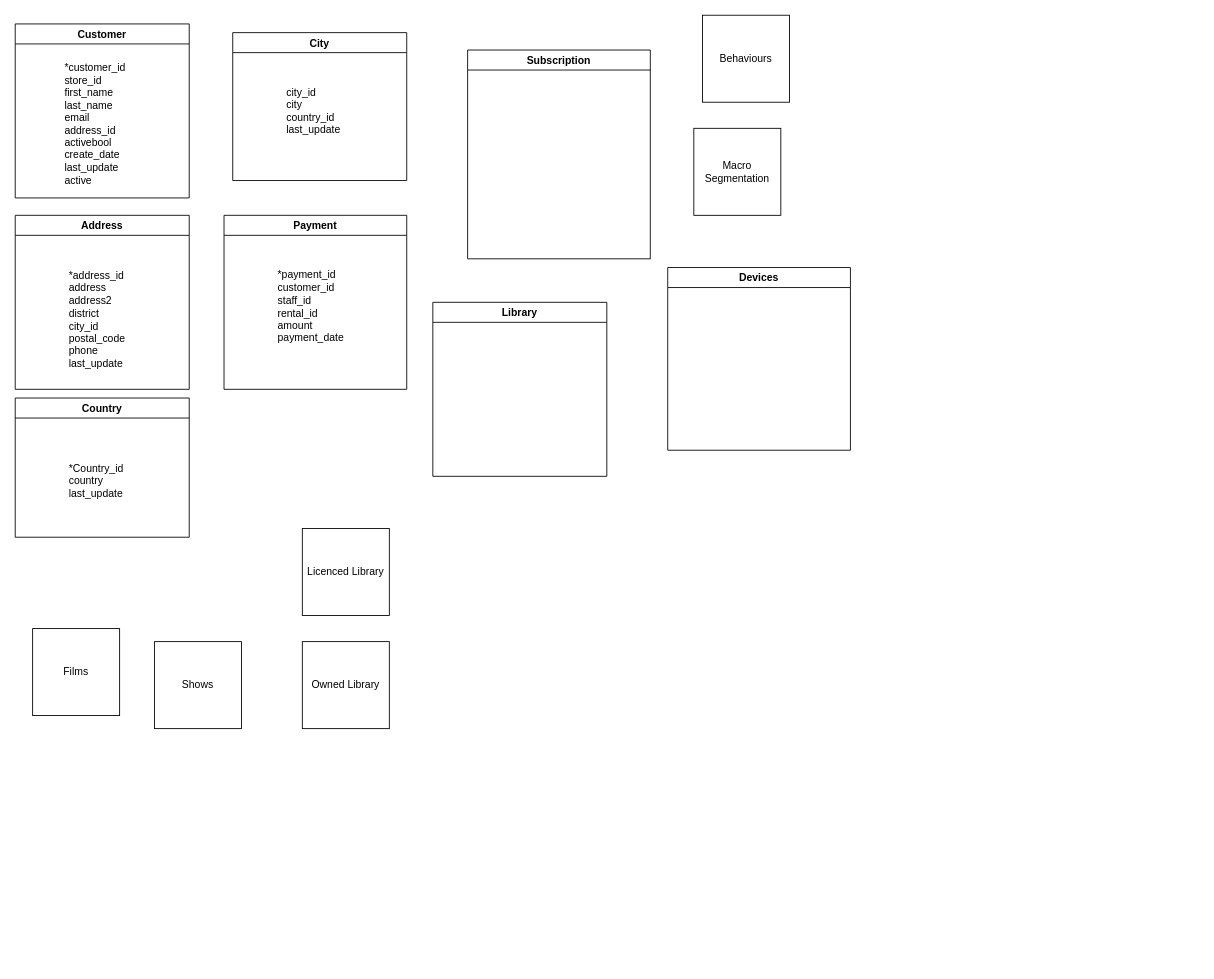
Earlier version of the draw.io diagram TP Módulo 3 DBA UDA.drawio (nicobonina/diagrams_dba). Source tidied: cells renumbered, new cells numbered last; positions are measured from the earlier drawing's top-left corner, leaving out a move shared by most shapes. Both pictures are drawn from the tidied source at 87%, with x=0, y=0 at pixel (15, 15).
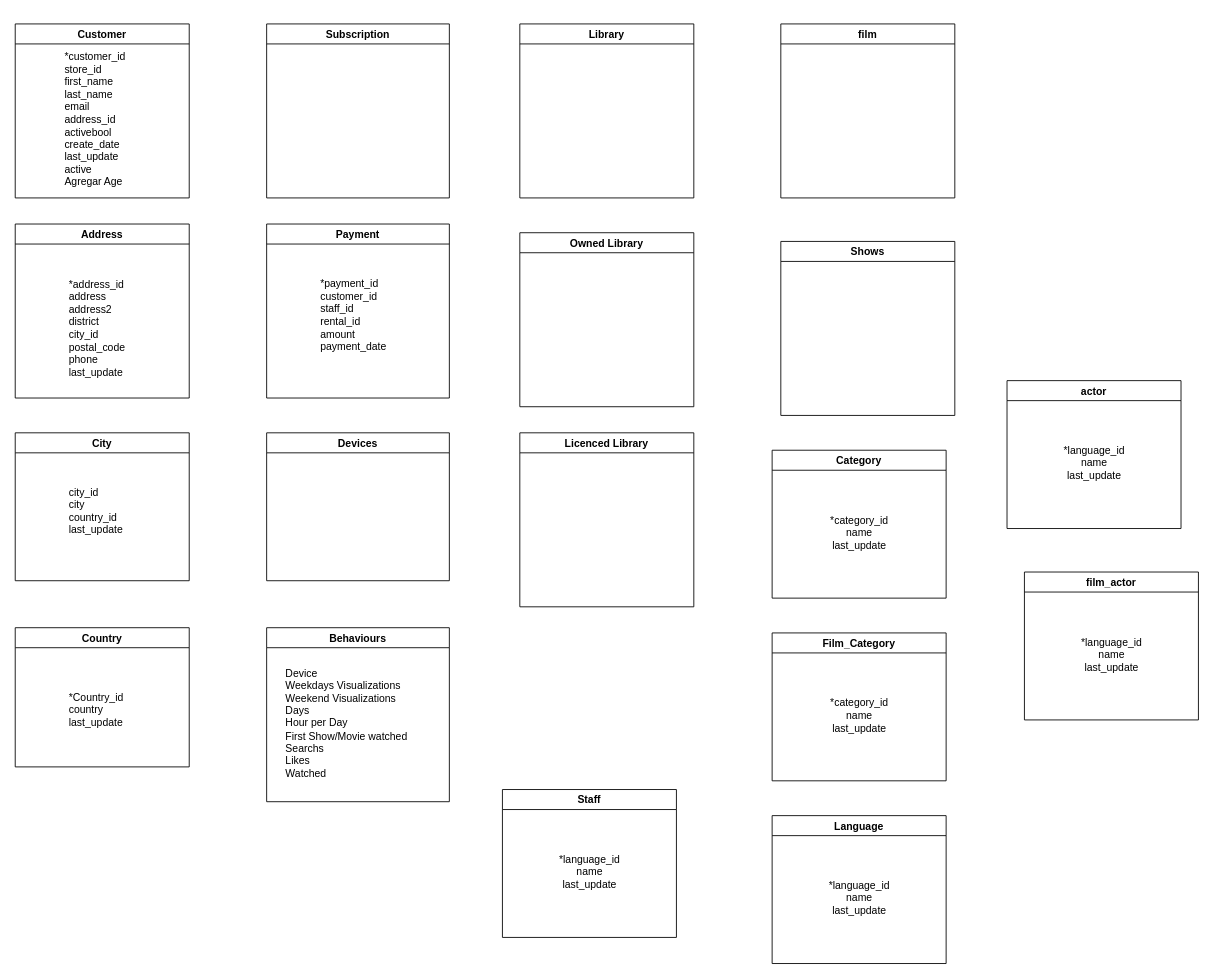
Above is the later version.

The change refers to these unchanged cells:
```xml
<mxCell id="13" value="Customer" style="swimlane;align=center;" parent="1" vertex="1">
  <mxGeometry y="10" width="200" height="200" as="geometry" />
</mxCell>
```

What changed in the source:
```diff
@@
-    <mxCell id="2" value="Behaviours" style="whiteSpace=wrap;html=1;" parent="1" vertex="1">
-      <mxGeometry x="790" width="100" height="100" as="geometry" />
-    </mxCell>
-    <mxCell id="3" value="Macro Segmentation" style="whiteSpace=wrap;html=1;" parent="1" vertex="1">
-      <mxGeometry x="780" y="130" width="100" height="100" as="geometry" />
-    </mxCell>
-    <mxCell id="4" value="Licenced Library" style="whiteSpace=wrap;html=1;" parent="1" vertex="1">
-      <mxGeometry x="330" y="590" width="100" height="100" as="geometry" />
-    </mxCell>
-    <mxCell id="5" value="Owned Library" style="whiteSpace=wrap;html=1;" parent="1" vertex="1">
-      <mxGeometry x="330" y="720" width="100" height="100" as="geometry" />
-    </mxCell>
-    <mxCell id="6" value="Films" style="whiteSpace=wrap;html=1;" parent="1" vertex="1">
-      <mxGeometry x="20" y="705" width="100" height="100" as="geometry" />
-    </mxCell>
-    <mxCell id="7" value="Shows" style="whiteSpace=wrap;html=1;" parent="1" vertex="1">
-      <mxGeometry x="160" y="720" width="100" height="100" as="geometry" />
-    </mxCell>
     <mxCell id="8" value="Address" style="swimlane;" parent="1" vertex="1">
-      <mxGeometry y="230" width="200" height="200" as="geometry" />
+      <mxGeometry y="240" width="200" height="200" as="geometry" />
     </mxCell>
@@
     <mxCell id="10" value="Country" style="swimlane;startSize=23;" parent="1" vertex="1">
-      <mxGeometry y="440" width="200" height="160" as="geometry" />
+      <mxGeometry y="704" width="200" height="160" as="geometry" />
     </mxCell>
@@
     <mxCell id="12" value="Library" style="swimlane;startSize=23;" parent="1" vertex="1">
-      <mxGeometry x="480" y="330" width="200" height="200" as="geometry" />
+      <mxGeometry x="580" y="10" width="200" height="200" as="geometry" />
     </mxCell>
@@
-    <mxCell id="14" value="*customer_id&lt;br&gt;store_id&lt;br&gt;first_name&lt;br&gt;last_name&lt;br&gt;email&lt;br&gt;address_id&lt;br&gt;activebool&lt;br&gt;create_date&lt;br&gt;last_update&lt;br&gt;active" style="text;html=1;align=left;verticalAlign=middle;strokeColor=none;fillColor=none;rotation=0;" parent="13" vertex="1">
-      <mxGeometry x="55" y="40" width="90" height="150" as="geometry" />
+    <mxCell id="14" value="*customer_id&lt;br&gt;store_id&lt;br&gt;first_name&lt;br&gt;last_name&lt;br&gt;email&lt;br&gt;address_id&lt;br&gt;activebool&lt;br&gt;create_date&lt;br&gt;last_update&lt;br&gt;active&lt;br&gt;Agregar Age" style="text;html=1;align=left;verticalAlign=middle;strokeColor=none;fillColor=none;rotation=0;" parent="13" vertex="1">
+      <mxGeometry x="55" y="30" width="90" height="160" as="geometry" />
     </mxCell>
     <mxCell id="15" value="Devices" style="swimlane;startSize=23;" parent="1" vertex="1">
-      <mxGeometry x="750" y="290" width="210" height="210" as="geometry" />
+      <mxGeometry x="289" y="480" width="210" height="170" as="geometry" />
     </mxCell>
     <mxCell id="16" value="City" style="swimlane;startSize=23;" parent="1" vertex="1">
-      <mxGeometry x="250" y="20" width="200" height="170" as="geometry" />
+      <mxGeometry y="480" width="200" height="170" as="geometry" />
     </mxCell>
@@
     <mxCell id="18" value="Subscription" style="swimlane;startSize=23;" parent="1" vertex="1">
-      <mxGeometry x="520" y="40" width="210" height="240" as="geometry" />
+      <mxGeometry x="289" y="10" width="210" height="200" as="geometry" />
     </mxCell>
     <mxCell id="19" value="Payment" style="swimlane;startSize=23;" parent="1" vertex="1">
-      <mxGeometry x="240" y="230" width="210" height="200" as="geometry" />
+      <mxGeometry x="289" y="240" width="210" height="200" as="geometry" />
     </mxCell>
@@
+    <mxCell id="2" value="Behaviours" style="swimlane;startSize=23;" parent="1" vertex="1">
+      <mxGeometry x="289" y="704" width="210" height="200" as="geometry" />
+    </mxCell>
+    <mxCell id="21" value="Device&lt;br&gt;Weekdays Visualizations&lt;br&gt;Weekend Visualizations&lt;br&gt;Days&lt;br&gt;Hour per Day&lt;br&gt;First Show/Movie watched&lt;br&gt;Searchs&lt;br&gt;Likes&lt;br&gt;Watched" style="text;html=1;align=left;verticalAlign=middle;strokeColor=none;fillColor=none;" parent="2" vertex="1">
+      <mxGeometry x="20" y="45" width="160" height="130" as="geometry" />
+    </mxCell>
+    <mxCell id="5" value="Owned Library" style="swimlane;startSize=23;" parent="1" vertex="1">
+      <mxGeometry x="580" y="250" width="200" height="200" as="geometry" />
+    </mxCell>
+    <mxCell id="4" value="Licenced Library" style="swimlane;startSize=23;" parent="1" vertex="1">
+      <mxGeometry x="580" y="480" width="200" height="200" as="geometry" />
+    </mxCell>
+    <mxCell id="22" value="film" style="swimlane;startSize=23;" parent="1" vertex="1">
+      <mxGeometry x="880" y="10" width="200" height="200" as="geometry" />
+    </mxCell>
+    <mxCell id="7" value="Shows" style="swimlane;startSize=23;" parent="1" vertex="1">
+      <mxGeometry x="880" y="260" width="200" height="200" as="geometry" />
+    </mxCell>
+    <mxCell id="23" value="Category" style="swimlane;startSize=23;" parent="1" vertex="1">
+      <mxGeometry x="870" y="500" width="200" height="170" as="geometry" />
+    </mxCell>
+    <mxCell id="24" value="*category_id&lt;br&gt;name&lt;br&gt;last_update" style="text;html=1;align=center;verticalAlign=middle;strokeColor=none;fillColor=none;" parent="23" vertex="1">
+      <mxGeometry x="60" y="70" width="80" height="50" as="geometry" />
+    </mxCell>
+    <mxCell id="25" value="Film_Category" style="swimlane;startSize=23;" parent="1" vertex="1">
+      <mxGeometry x="870" y="710" width="200" height="170" as="geometry" />
+    </mxCell>
+    <mxCell id="26" value="*category_id&lt;br&gt;name&lt;br&gt;last_update" style="text;html=1;align=center;verticalAlign=middle;strokeColor=none;fillColor=none;" parent="25" vertex="1">
+      <mxGeometry x="60" y="70" width="80" height="50" as="geometry" />
+    </mxCell>
+    <mxCell id="27" value="Language" style="swimlane;startSize=23;" parent="1" vertex="1">
+      <mxGeometry x="870" y="920" width="200" height="170" as="geometry" />
+    </mxCell>
+    <mxCell id="28" value="*language_id&lt;br&gt;name&lt;br&gt;last_update" style="text;html=1;align=center;verticalAlign=middle;strokeColor=none;fillColor=none;" parent="27" vertex="1">
+      <mxGeometry x="55" y="70" width="90" height="50" as="geometry" />
+    </mxCell>
+    <mxCell id="29" value="Staff" style="swimlane;startSize=23;" parent="1" vertex="1">
+      <mxGeometry x="560" y="890" width="200" height="170" as="geometry" />
+    </mxCell>
+    <mxCell id="30" value="*language_id&lt;br&gt;name&lt;br&gt;last_update" style="text;html=1;align=center;verticalAlign=middle;strokeColor=none;fillColor=none;" parent="29" vertex="1">
+      <mxGeometry x="55" y="70" width="90" height="50" as="geometry" />
+    </mxCell>
+    <mxCell id="31" value="film_actor" style="swimlane;startSize=23;" parent="1" vertex="1">
+      <mxGeometry x="1160" y="640" width="200" height="170" as="geometry" />
+    </mxCell>
+    <mxCell id="32" value="*language_id&lt;br&gt;name&lt;br&gt;last_update" style="text;html=1;align=center;verticalAlign=middle;strokeColor=none;fillColor=none;" parent="31" vertex="1">
+      <mxGeometry x="55" y="70" width="90" height="50" as="geometry" />
+    </mxCell>
+    <mxCell id="33" value="actor" style="swimlane;startSize=23;" parent="1" vertex="1">
+      <mxGeometry x="1140" y="420" width="200" height="170" as="geometry" />
+    </mxCell>
+    <mxCell id="34" value="*language_id&lt;br&gt;name&lt;br&gt;last_update" style="text;html=1;align=center;verticalAlign=middle;strokeColor=none;fillColor=none;" parent="33" vertex="1">
+      <mxGeometry x="55" y="70" width="90" height="50" as="geometry" />
+    </mxCell>
```
